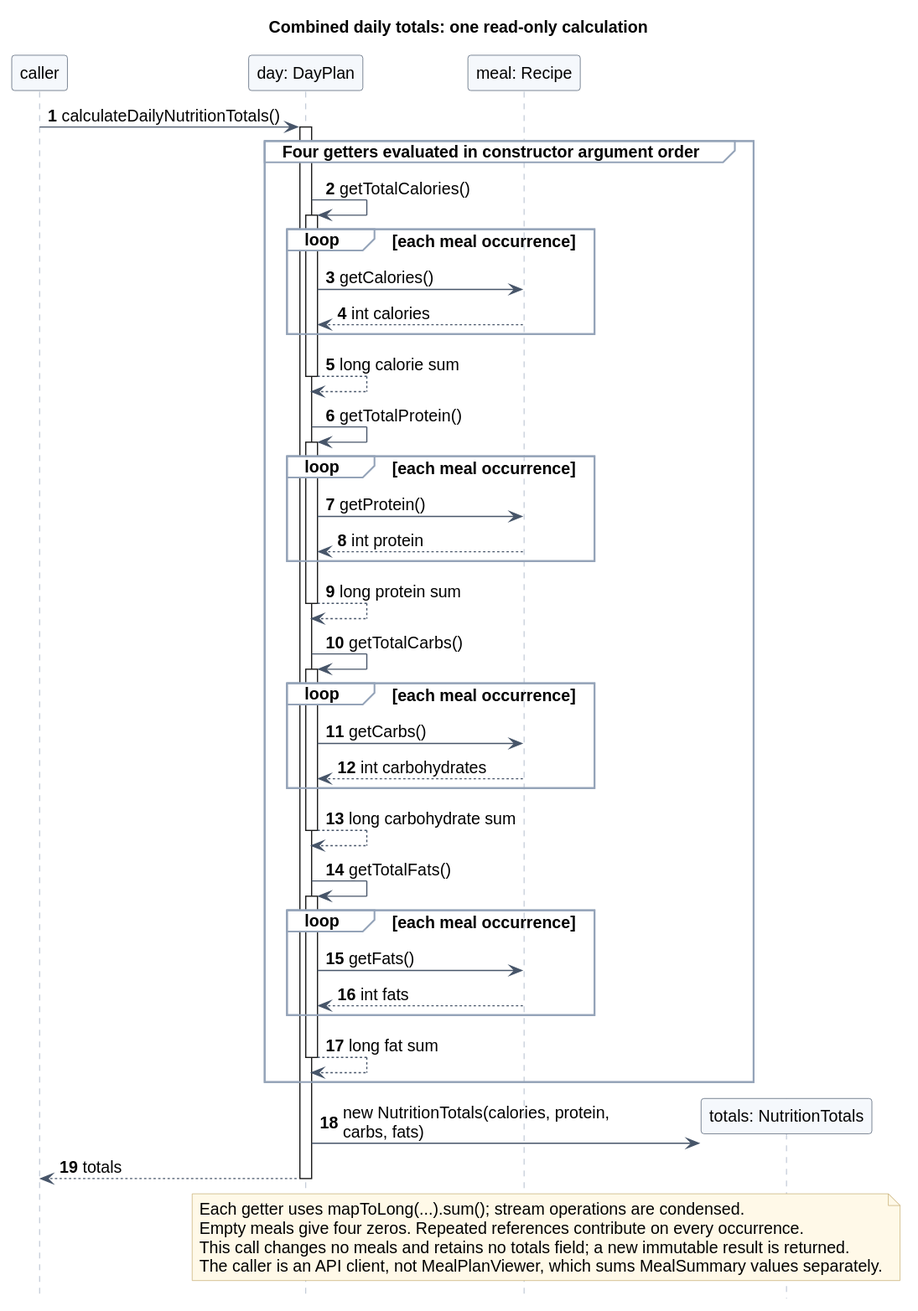
This is docs/images/oilybikechain/daily-totals.svg from AY2627S1-CS2113-W13-4/tp, a PlantUML export, as it was before one commit.
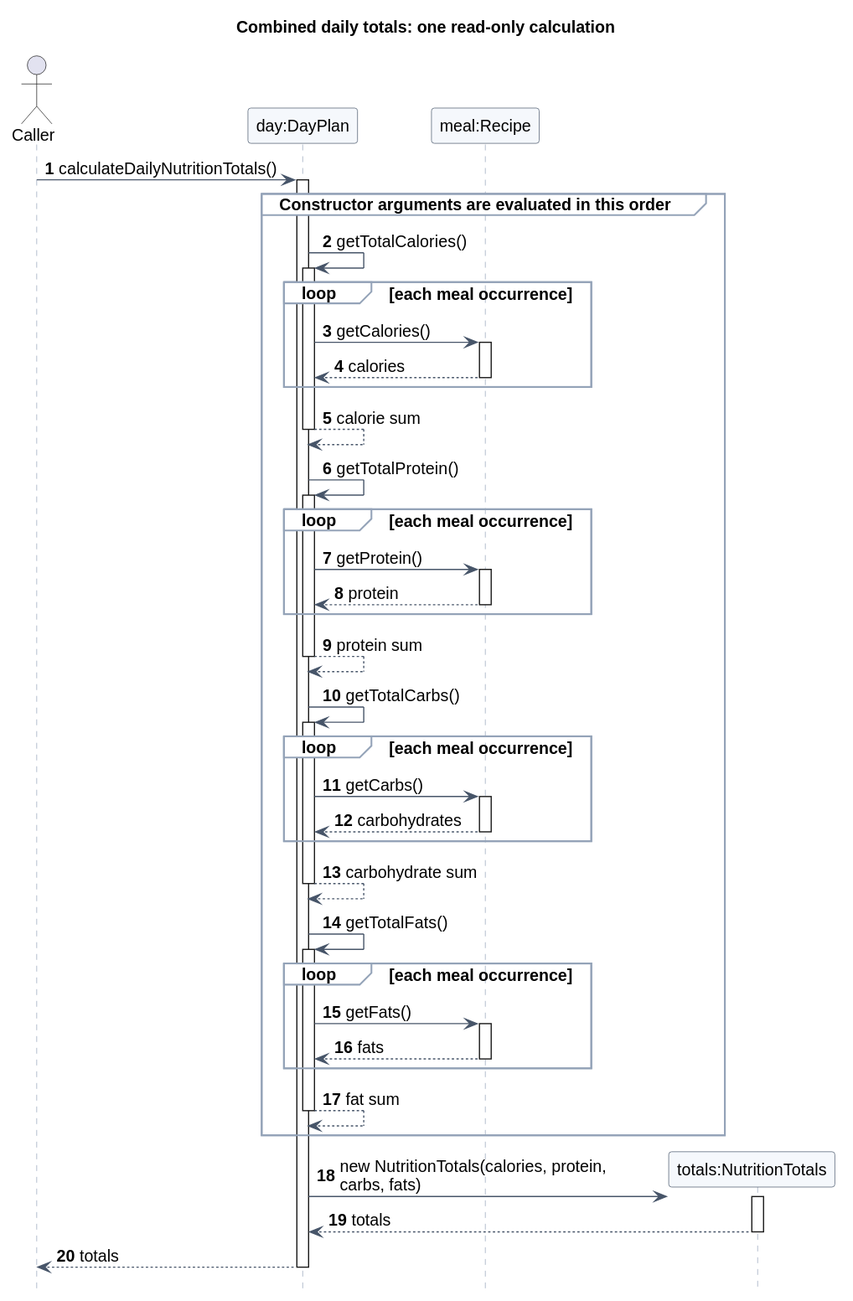
Later version of the same file.

Change to the diagram source:
```diff
@@ -1,56 +1,62 @@
 @startuml
-!include ../shortfall/style.iuml
+!include ../rixte/shortfall/style.iuml
 title Combined daily totals: one read-only calculation
 autonumber
-participant "caller" as Caller
-participant "day: DayPlan" as Day
-participant "meal: Recipe" as Meal
+
+actor Caller
+participant "day:DayPlan" as Day
+participant "meal:Recipe" as Meal
+participant "totals:NutritionTotals" as Totals
 
 Caller -> Day : calculateDailyNutritionTotals()
 activate Day
-group Four getters evaluated in constructor argument order
+group Constructor arguments are evaluated in this order
   Day -> Day : getTotalCalories()
   activate Day
   loop each meal occurrence
     Day -> Meal : getCalories()
-    Meal --> Day : int calories
+    activate Meal
+    Meal --> Day : calories
+    deactivate Meal
   end
-  Day --> Day : long calorie sum
+  Day --> Day : calorie sum
   deactivate Day
   Day -> Day : getTotalProtein()
   activate Day
   loop each meal occurrence
     Day -> Meal : getProtein()
-    Meal --> Day : int protein
+    activate Meal
+    Meal --> Day : protein
+    deactivate Meal
   end
-  Day --> Day : long protein sum
+  Day --> Day : protein sum
   deactivate Day
   Day -> Day : getTotalCarbs()
   activate Day
   loop each meal occurrence
     Day -> Meal : getCarbs()
-    Meal --> Day : int carbohydrates
+    activate Meal
+    Meal --> Day : carbohydrates
+    deactivate Meal
   end
-  Day --> Day : long carbohydrate sum
+  Day --> Day : carbohydrate sum
   deactivate Day
   Day -> Day : getTotalFats()
   activate Day
   loop each meal occurrence
     Day -> Meal : getFats()
-    Meal --> Day : int fats
+    activate Meal
+    Meal --> Day : fats
+    deactivate Meal
   end
-  Day --> Day : long fat sum
+  Day --> Day : fat sum
   deactivate Day
 end
-create participant "totals: NutritionTotals" as Totals
+create Totals
 Day -> Totals : new NutritionTotals(calories, protein, carbs, fats)
+activate Totals
+Totals --> Day : totals
+deactivate Totals
 Day --> Caller : totals
 deactivate Day
-
-note over Day, Totals
-  Each getter uses mapToLong(...).sum(); stream operations are condensed.
-  Empty meals give four zeros. Repeated references contribute on every occurrence.
-  This call changes no meals and retains no totals field; a new immutable result is returned.
-  The caller is an API client, not MealPlanViewer, which sums MealSummary values separately.
-end note
 @enduml
```
